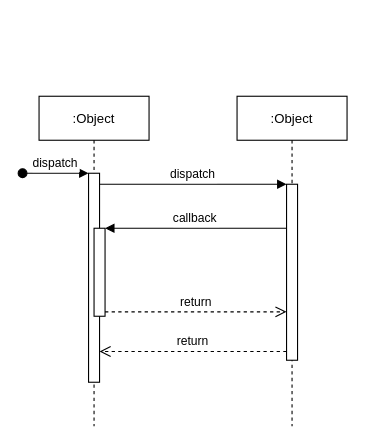
The draw.io diagram Sequence_diagram.drawio in Mitansh007/SE, before the edit. Source tidied: cells renumbered, new cells numbered last; positions are measured from the earlier drawing's top-left corner, leaving out a move shared by most shapes. Both pictures are drawn from the tidied source at 110%, with x=0, y=0 at pixel (22, 96).
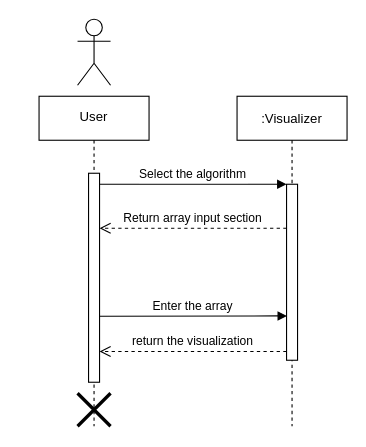
The same page after the edit.

Change to the diagram source:
```diff
@@
 <mxGraphModel>
   <root>
     <mxCell id="0" />
     <mxCell id="1" parent="0" />
-    <mxCell id="2" value=":Object" style="shape=umlLifeline;perimeter=lifelinePerimeter;rounded=0;shadow=0;strokeWidth=1;" parent="1" vertex="1">
+    <mxCell id="2" style="shape=umlLifeline;perimeter=lifelinePerimeter;rounded=0;shadow=0;strokeWidth=1;" parent="1" vertex="1">
       <mxGeometry x="15" width="100" height="300" as="geometry" />
     </mxCell>
     <mxCell id="3" style="points=[];perimeter=orthogonalPerimeter;rounded=0;shadow=0;strokeWidth=1;" parent="2" vertex="1">
       <mxGeometry x="45" y="70" width="10" height="190" as="geometry" />
     </mxCell>
-    <mxCell id="4" value="dispatch" style="verticalAlign=bottom;startArrow=oval;endArrow=block;startSize=8;shadow=0;strokeWidth=1;" parent="2" edge="1" target="3">
-      <mxGeometry relative="1" as="geometry">
-        <mxPoint x="-15" y="70" as="sourcePoint" />
-      </mxGeometry>
-    </mxCell>
-    <mxCell id="5" style="points=[];perimeter=orthogonalPerimeter;rounded=0;shadow=0;strokeWidth=1;" parent="2" vertex="1">
-      <mxGeometry x="50" y="120" width="10" height="80" as="geometry" />
-    </mxCell>
+    <mxCell id="12" value="User" style="text;html=1;strokeColor=none;fillColor=none;align=center;verticalAlign=middle;whiteSpace=wrap;rounded=0;" parent="2" vertex="1">
+      <mxGeometry x="20" y="4" width="60" height="30" as="geometry" />
+    </mxCell>
+    <mxCell id="13" value="Return array input section" style="verticalAlign=bottom;endArrow=open;dashed=1;endSize=8;exitX=0;exitY=0.95;shadow=0;strokeWidth=1;" parent="2" edge="1">
+      <mxGeometry relative="1" as="geometry">
+        <mxPoint x="225" y="120" as="sourcePoint" />
+        <mxPoint x="55" y="120" as="targetPoint" />
+      </mxGeometry>
+    </mxCell>
+    <mxCell id="14" style="shape=umlDestroy;whiteSpace=wrap;html=1;strokeWidth=3;" parent="2" vertex="1">
+      <mxGeometry x="35" y="270" width="30" height="30" as="geometry" />
+    </mxCell>
-    <mxCell id="6" value=":Object" style="shape=umlLifeline;perimeter=lifelinePerimeter;rounded=0;shadow=0;strokeWidth=1;" parent="1" vertex="1">
+    <mxCell id="6" value=":Visualizer" style="shape=umlLifeline;perimeter=lifelinePerimeter;rounded=0;shadow=0;strokeWidth=1;" parent="1" vertex="1">
       <mxGeometry x="195" width="100" height="300" as="geometry" />
     </mxCell>
     <mxCell id="7" style="points=[];perimeter=orthogonalPerimeter;rounded=0;shadow=0;strokeWidth=1;" parent="6" vertex="1">
       <mxGeometry x="45" y="80" width="10" height="160" as="geometry" />
     </mxCell>
-    <mxCell id="8" value="return" style="verticalAlign=bottom;endArrow=open;dashed=1;endSize=8;exitX=0;exitY=0.95;shadow=0;strokeWidth=1;" parent="1" edge="1" source="7" target="3">
+    <mxCell id="8" value="return the visualization" style="verticalAlign=bottom;endArrow=open;dashed=1;endSize=8;exitX=0;exitY=0.95;shadow=0;strokeWidth=1;" parent="1" edge="1" source="7" target="3">
       <mxGeometry relative="1" as="geometry" />
     </mxCell>
-    <mxCell id="9" value="dispatch" style="verticalAlign=bottom;endArrow=block;entryX=0;entryY=0;shadow=0;strokeWidth=1;" parent="1" edge="1" source="3" target="7">
+    <mxCell id="9" value="Select the algorithm" style="verticalAlign=bottom;endArrow=block;entryX=0;entryY=0;shadow=0;strokeWidth=1;" parent="1" edge="1" source="3" target="7">
       <mxGeometry relative="1" as="geometry" />
     </mxCell>
-    <mxCell id="10" value="callback" style="verticalAlign=bottom;endArrow=block;entryX=1;entryY=0;shadow=0;strokeWidth=1;" parent="1" edge="1" source="7" target="5">
-      <mxGeometry relative="1" as="geometry" />
-    </mxCell>
-    <mxCell id="11" value="return" style="verticalAlign=bottom;endArrow=open;dashed=1;endSize=8;exitX=1;exitY=0.95;shadow=0;strokeWidth=1;" parent="1" edge="1" source="5" target="7">
-      <mxGeometry relative="1" as="geometry" />
-    </mxCell>
+    <mxCell id="15" style="shape=umlActor;verticalLabelPosition=bottom;verticalAlign=top;html=1;" parent="1" vertex="1">
+      <mxGeometry x="50" y="-70" width="30" height="60" as="geometry" />
+    </mxCell>
+    <mxCell id="16" value="Enter the array" style="verticalAlign=bottom;endArrow=block;entryX=0.039;entryY=0.748;shadow=0;strokeWidth=1;entryDx=0;entryDy=0;entryPerimeter=0;exitX=1.004;exitY=0.684;exitDx=0;exitDy=0;exitPerimeter=0;" parent="1" edge="1" source="3" target="7">
+      <mxGeometry relative="1" as="geometry" />
+    </mxCell>
   </root>
 </mxGraphModel>
```
